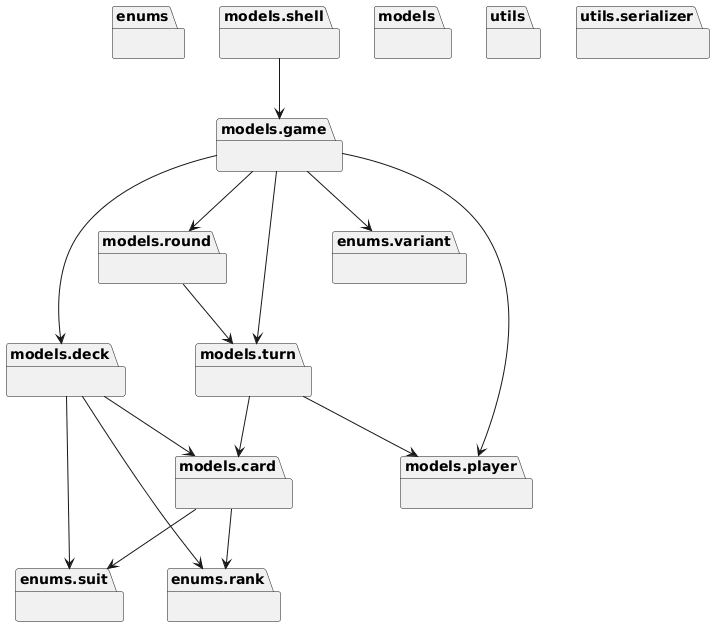
The PlantUML diagram docs/uml/png/packages_war.png in b3h3m0th/war, before a commit.
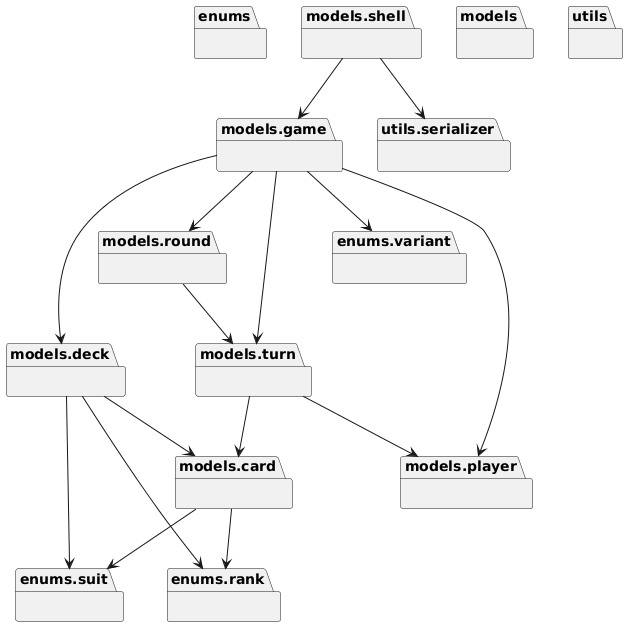
The same file after the commit.

Change to the diagram source:
```diff
@@ -40,6 +40,7 @@
 models.game --> models.turn
 models.round --> models.turn
 models.shell --> models.game
+models.shell --> utils.serializer
 models.turn --> models.card
 models.turn --> models.player
 @enduml
```
